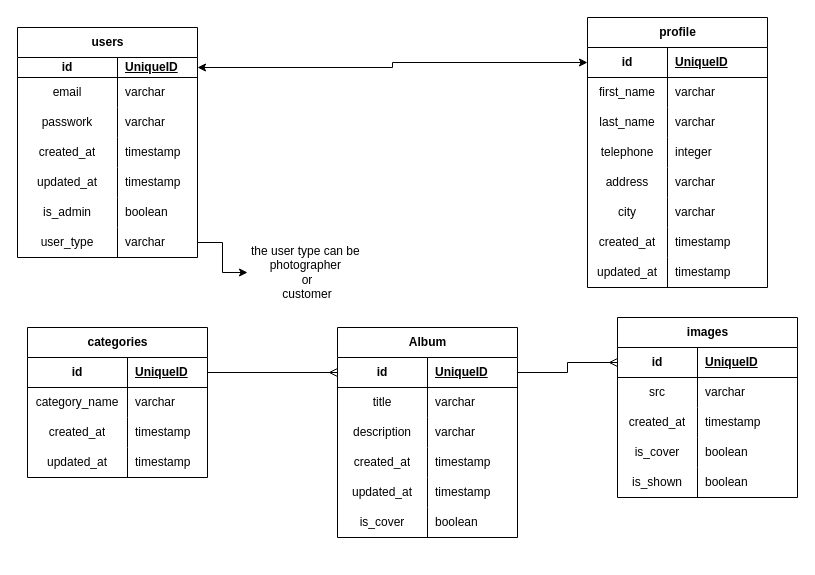
Above: photosite.drawio in xaosmaker/photosite (draw.io), before the change. Source tidied: cells renumbered, new cells numbered last; positions are measured from the earlier drawing's top-left corner, leaving out a move shared by most shapes. Both pictures are drawn from the tidied source at 100%, with x=0, y=0 at pixel (17, 17).
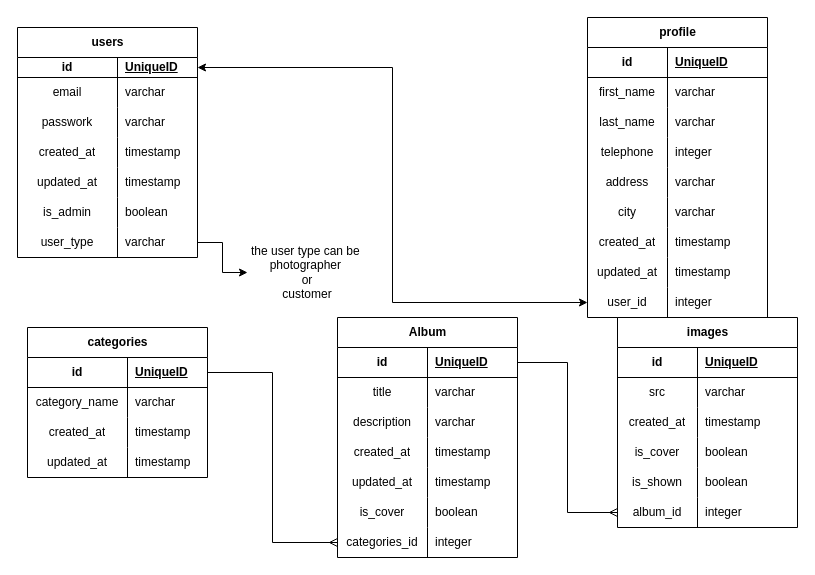
The same page after the edit.

Unchanged cells that the change refers to:
```xml
<mxCell id="3" style="shape=tableRow;horizontal=0;startSize=0;swimlaneHead=0;swimlaneBody=0;fillColor=none;points=[[0,0.5],[1,0.5]];portConstraint=eastwest;top=0;left=0;right=0;bottom=1;" parent="2" vertex="1">
  <mxGeometry y="30" width="180" height="30" as="geometry" />
</mxCell>
<mxCell id="29" style="shape=tableRow;horizontal=0;startSize=0;swimlaneHead=0;swimlaneBody=0;fillColor=none;points=[[0,0.5],[1,0.5]];portConstraint=eastwest;top=0;left=0;right=0;bottom=1;" parent="28" vertex="1">
  <mxGeometry y="30" width="180" height="30" as="geometry" />
</mxCell>
<mxCell id="42" style="shape=tableRow;horizontal=0;startSize=0;swimlaneHead=0;swimlaneBody=0;fillColor=none;points=[[0,0.5],[1,0.5]];portConstraint=eastwest;top=0;left=0;right=0;bottom=1;" parent="41" vertex="1">
  <mxGeometry y="30" width="180" height="20" as="geometry" />
</mxCell>
<mxCell id="64" style="shape=tableRow;horizontal=0;startSize=0;swimlaneHead=0;swimlaneBody=0;fillColor=none;points=[[0,0.5],[1,0.5]];portConstraint=eastwest;top=0;left=0;right=0;bottom=1;" parent="63" vertex="1">
  <mxGeometry y="30" width="180" height="30" as="geometry" />
</mxCell>
<mxCell id="84" style="shape=tableRow;horizontal=0;startSize=0;swimlaneHead=0;swimlaneBody=0;fillColor=none;points=[[0,0.5],[1,0.5]];portConstraint=eastwest;top=0;left=0;right=0;bottom=1;" parent="83" vertex="1">
  <mxGeometry y="30" width="180" height="30" as="geometry" />
</mxCell>
```

The edit, as a diff of the source:
```diff
@@
     <mxCell id="2" value="profile" style="shape=table;startSize=30;childLayout=tableLayout;rowLines=0;fontStyle=1;align=center;html=1;" parent="1" vertex="1">
-      <mxGeometry x="570" width="180" height="270" as="geometry" />
+      <mxGeometry x="570" width="180" height="300" as="geometry" />
     </mxCell>
@@
+    <mxCell id="102" style="shape=tableRow;horizontal=0;startSize=0;swimlaneHead=0;swimlaneBody=0;fillColor=none;points=[[0,0.5],[1,0.5]];portConstraint=eastwest;top=0;left=0;right=0;bottom=0;" parent="2" vertex="1">
+      <mxGeometry y="270" width="180" height="30" as="geometry" />
+    </mxCell>
+    <mxCell id="103" value="user_id" style="shape=partialRectangle;fillColor=none;top=0;left=0;bottom=0;right=0;overflow=hidden;whiteSpace=wrap;html=1;" parent="102" vertex="1">
+      <mxGeometry width="80" height="30" as="geometry" />
+    </mxCell>
+    <mxCell id="104" value="integer" style="shape=partialRectangle;fillColor=none;top=0;left=0;bottom=0;right=0;align=left;spacingLeft=6;overflow=hidden;whiteSpace=wrap;html=1;" parent="102" vertex="1">
+      <mxGeometry x="80" width="100" height="30" as="geometry" />
+    </mxCell>
-    <mxCell id="27" style="edgeStyle=orthogonalEdgeStyle;rounded=0;jettySize=auto;html=1;exitX=1;exitY=0.5;exitDx=0;exitDy=0;entryX=0;entryY=0.5;entryDx=0;entryDy=0;startArrow=classic;startFill=1;" parent="1" edge="1" source="42" target="3">
+    <mxCell id="27" style="edgeStyle=orthogonalEdgeStyle;rounded=0;jettySize=auto;html=1;exitX=1;exitY=0.5;exitDx=0;exitDy=0;entryX=0;entryY=0.5;entryDx=0;entryDy=0;startArrow=classic;startFill=1;" parent="1" edge="1" source="42" target="102">
       <mxGeometry relative="1" as="geometry" />
     </mxCell>
@@
     <mxCell id="63" value="Album" style="shape=table;startSize=30;childLayout=tableLayout;rowLines=0;fontStyle=1;align=center;html=1;" parent="1" vertex="1">
-      <mxGeometry x="320" y="310" width="180" height="210" as="geometry" />
+      <mxGeometry x="320" y="300" width="180" height="240" as="geometry" />
     </mxCell>
@@
-    <mxCell id="82" style="edgeStyle=orthogonalEdgeStyle;rounded=0;jettySize=auto;html=1;exitX=1;exitY=0.5;exitDx=0;exitDy=0;entryX=0;entryY=0.5;entryDx=0;entryDy=0;endArrow=ERmany;endFill=0;" parent="1" edge="1" source="29" target="64">
-      <mxGeometry relative="1" as="geometry" />
-    </mxCell>
+    <mxCell id="105" style="shape=tableRow;horizontal=0;startSize=0;swimlaneHead=0;swimlaneBody=0;fillColor=none;points=[[0,0.5],[1,0.5]];portConstraint=eastwest;top=0;left=0;right=0;bottom=0;" parent="63" vertex="1">
+      <mxGeometry y="210" width="180" height="30" as="geometry" />
+    </mxCell>
+    <mxCell id="106" value="categories_id" style="shape=partialRectangle;fillColor=none;top=0;left=0;bottom=0;right=0;overflow=hidden;whiteSpace=wrap;html=1;" parent="105" vertex="1">
+      <mxGeometry width="90" height="30" as="geometry" />
+    </mxCell>
+    <mxCell id="107" value="integer" style="shape=partialRectangle;fillColor=none;top=0;left=0;bottom=0;right=0;align=left;spacingLeft=6;overflow=hidden;whiteSpace=wrap;html=1;" parent="105" vertex="1">
+      <mxGeometry x="90" width="90" height="30" as="geometry" />
+    </mxCell>
     <mxCell id="83" value="images" style="shape=table;startSize=30;childLayout=tableLayout;rowLines=0;fontStyle=1;align=center;html=1;" parent="1" vertex="1">
-      <mxGeometry x="600" y="300" width="180" height="180" as="geometry" />
+      <mxGeometry x="600" y="300" width="180" height="210" as="geometry" />
     </mxCell>
@@
-    <mxCell id="99" style="edgeStyle=orthogonalEdgeStyle;rounded=0;jettySize=auto;html=1;exitX=1;exitY=0.5;exitDx=0;exitDy=0;endArrow=ERmany;endFill=0;" parent="1" edge="1" source="64" target="84">
-      <mxGeometry relative="1" as="geometry" />
-    </mxCell>
+    <mxCell id="108" style="shape=tableRow;horizontal=0;startSize=0;swimlaneHead=0;swimlaneBody=0;fillColor=none;points=[[0,0.5],[1,0.5]];portConstraint=eastwest;top=0;left=0;right=0;bottom=0;" parent="83" vertex="1">
+      <mxGeometry y="180" width="180" height="30" as="geometry" />
+    </mxCell>
+    <mxCell id="109" value="album_id" style="shape=partialRectangle;fillColor=none;top=0;left=0;bottom=0;right=0;overflow=hidden;whiteSpace=wrap;html=1;" parent="108" vertex="1">
+      <mxGeometry width="80" height="30" as="geometry" />
+    </mxCell>
+    <mxCell id="110" value="integer" style="shape=partialRectangle;fillColor=none;top=0;left=0;bottom=0;right=0;align=left;spacingLeft=6;overflow=hidden;whiteSpace=wrap;html=1;" parent="108" vertex="1">
+      <mxGeometry x="80" width="100" height="30" as="geometry" />
+    </mxCell>
@@
+    <mxCell id="111" style="edgeStyle=orthogonalEdgeStyle;rounded=0;jettySize=auto;html=1;exitX=1;exitY=0.5;exitDx=0;exitDy=0;entryX=0;entryY=0.5;entryDx=0;entryDy=0;endArrow=ERmany;endFill=0;" parent="1" edge="1" source="29" target="105">
+      <mxGeometry relative="1" as="geometry" />
+    </mxCell>
+    <mxCell id="112" style="edgeStyle=orthogonalEdgeStyle;rounded=0;jettySize=auto;html=1;exitX=1;exitY=0.5;exitDx=0;exitDy=0;entryX=0;entryY=0.5;entryDx=0;entryDy=0;endArrow=ERmany;endFill=0;" parent="1" edge="1" source="64" target="108">
+      <mxGeometry relative="1" as="geometry" />
+    </mxCell>
```
